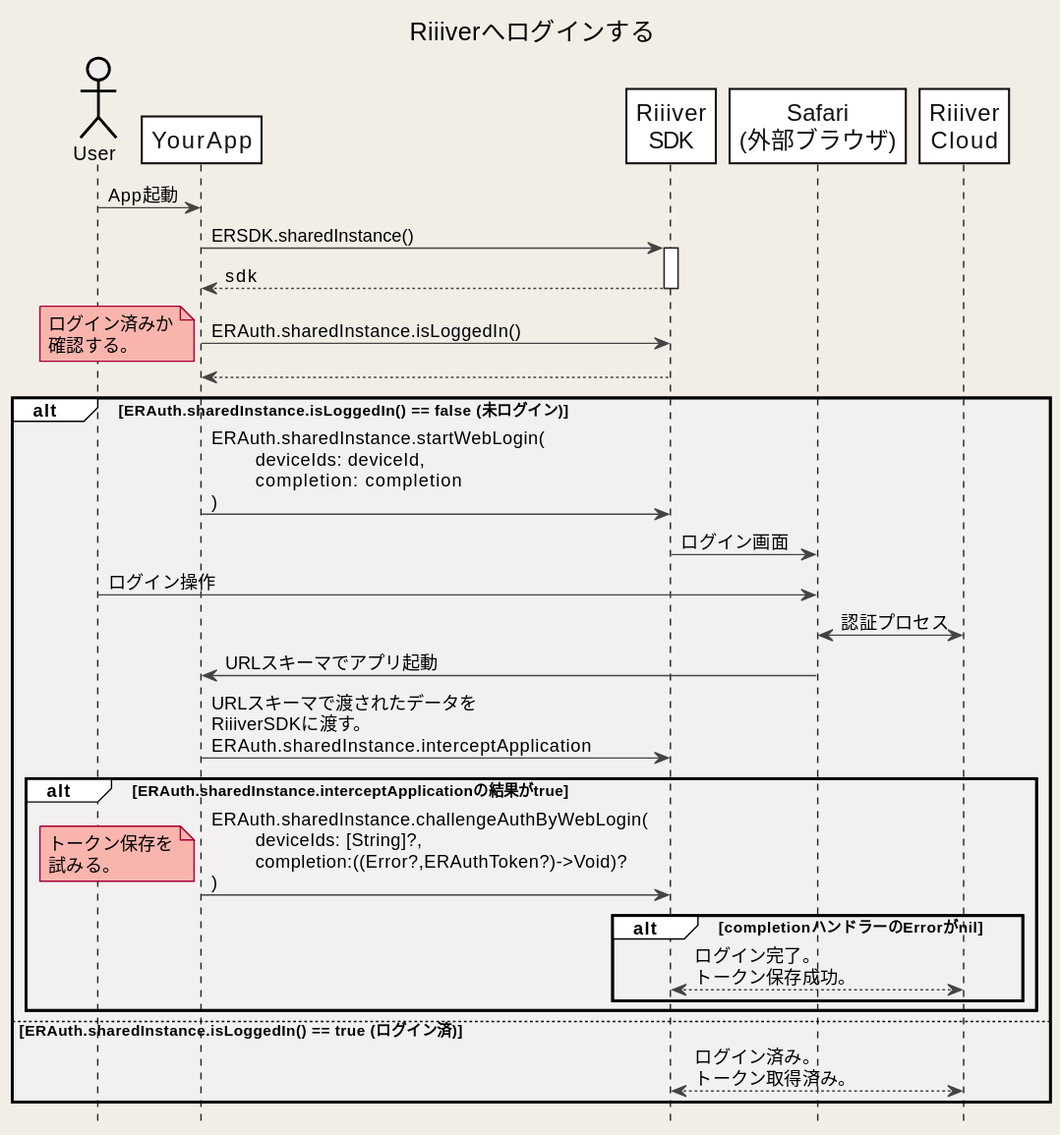
Earlier version of the PlantUML export images/ja/Sequences/login.svg (CitizenWatch/RiiiverResources).
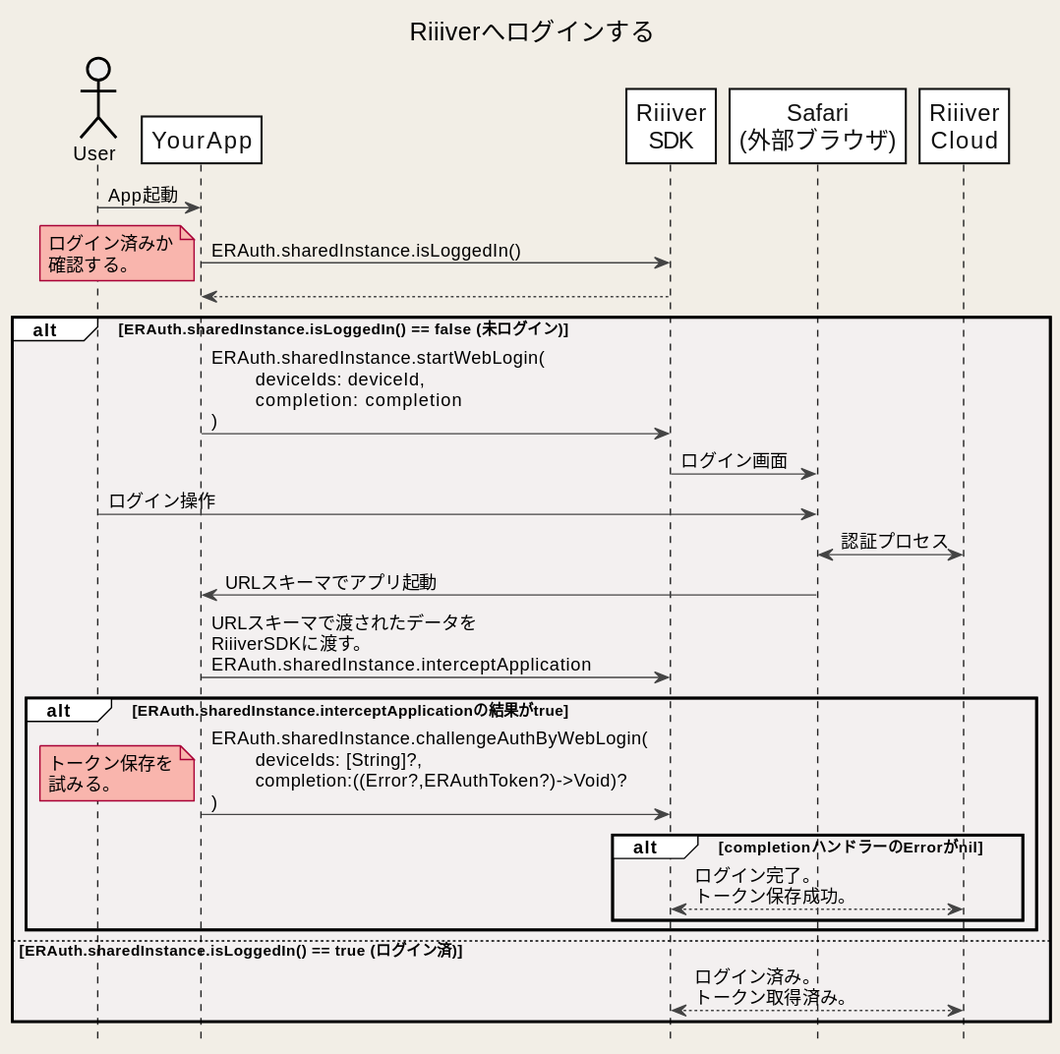
Above is the later version.

The edit, as a diff of the source:
```diff
@@ -36,11 +36,6 @@
 
 User -> App: App起動
 
-App -> ERSDK: ERSDK.sharedInstance()
-activate ERSDK
-App <-- ERSDK: sdk
-deactivate ERSDK
-
 App -> ERSDK: ERAuth.sharedInstance.isLoggedIn()
 note left: ログイン済みか\n確認する。
 ERSDK --> App:
```
